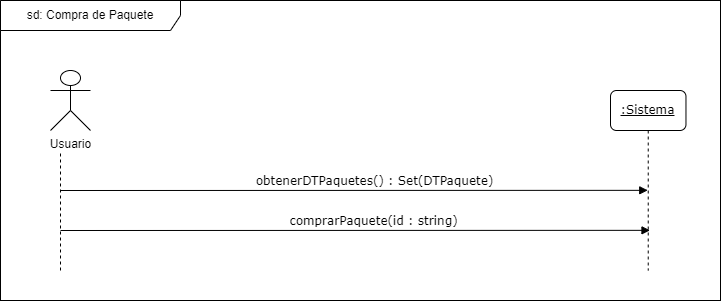
Above: docs/Iteración 2/Análisis/DSS Servidor web/Compra de Paquete.png in FacundoDiaz00/Taller-de-Programaci-n (draw.io), before the change. Source tidied: cells renumbered, new cells last; positions are measured from the earlier drawing's top-left corner, leaving out a move shared by most shapes.
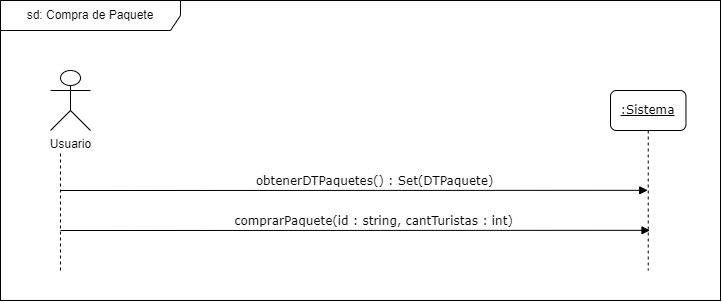
After the commit.

The edit, as a diff of the source:
```diff
@@ -16,7 +16,7 @@
         <mxPoint x="60" y="190" as="sourcePoint" />
       </mxGeometry>
     </mxCell>
-    <mxCell id="6" value="comprarPaquete(id : string)" style="html=1;verticalAlign=bottom;endArrow=block;labelBackgroundColor=none;fontFamily=Verdana;fontSize=12;edgeStyle=elbowEdgeStyle;elbow=vertical;" parent="1" edge="1">
+    <mxCell id="6" value="comprarPaquete(id : string, cantTuristas : int)" style="html=1;verticalAlign=bottom;endArrow=block;labelBackgroundColor=none;fontFamily=Verdana;fontSize=12;edgeStyle=elbowEdgeStyle;elbow=vertical;" parent="1" edge="1">
       <mxGeometry x="0.06" relative="1" as="geometry">
         <mxPoint x="60" y="230" as="sourcePoint" />
         <mxPoint x="649.5" y="230" as="targetPoint" />
```
